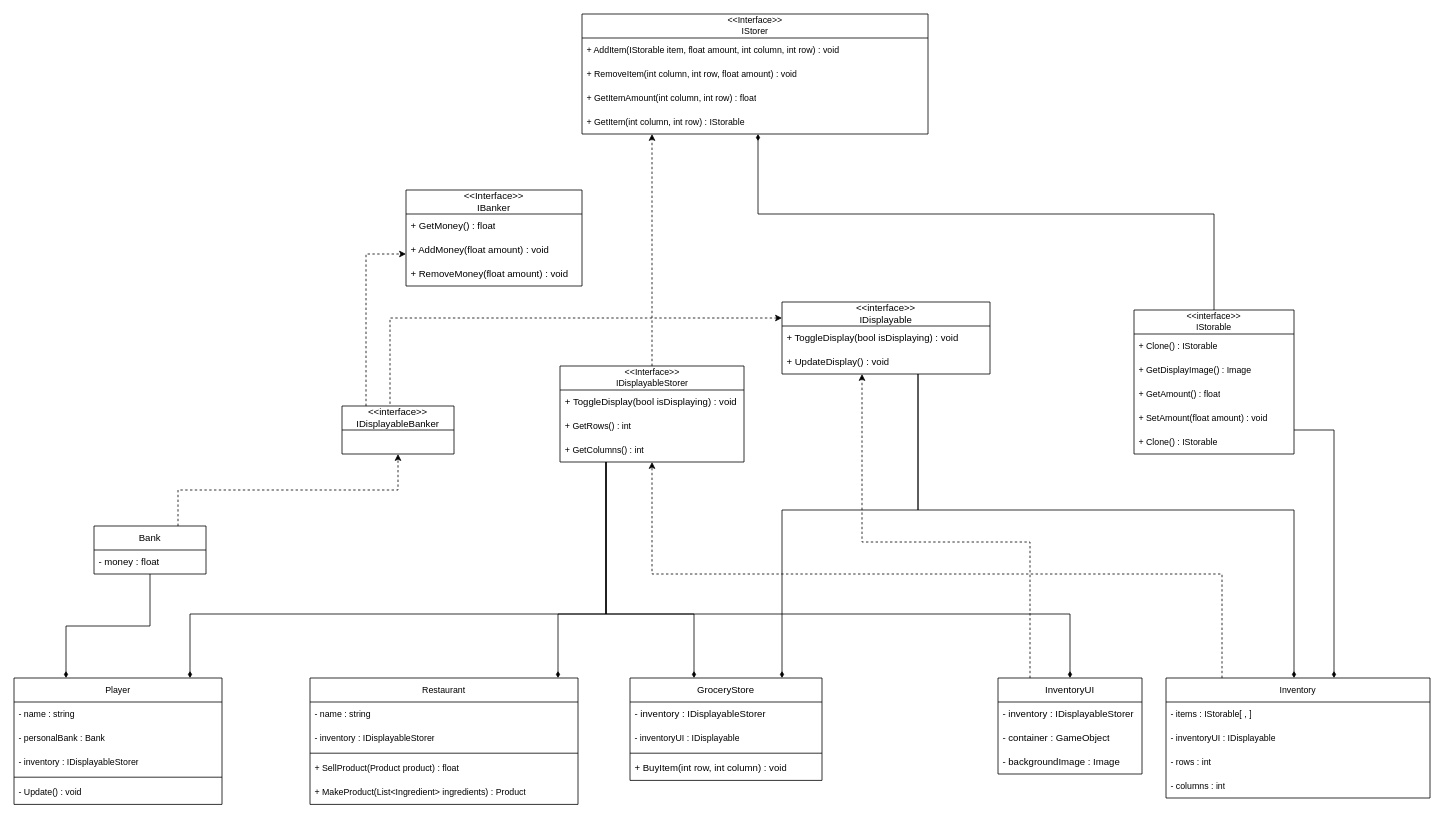
Before: Documents/Week 1 (5.9.25 - 5.16.25)/drawio/Design3.drawio in jdw678/TheRestaurant, a draw.io diagram. Source tidied: cells renumbered, new cells numbered last; positions are measured from the earlier drawing's top-left corner, leaving out a move shared by most shapes. Both pictures are drawn from the tidied source at 80%, with x=0, y=0 at pixel (14, 14).
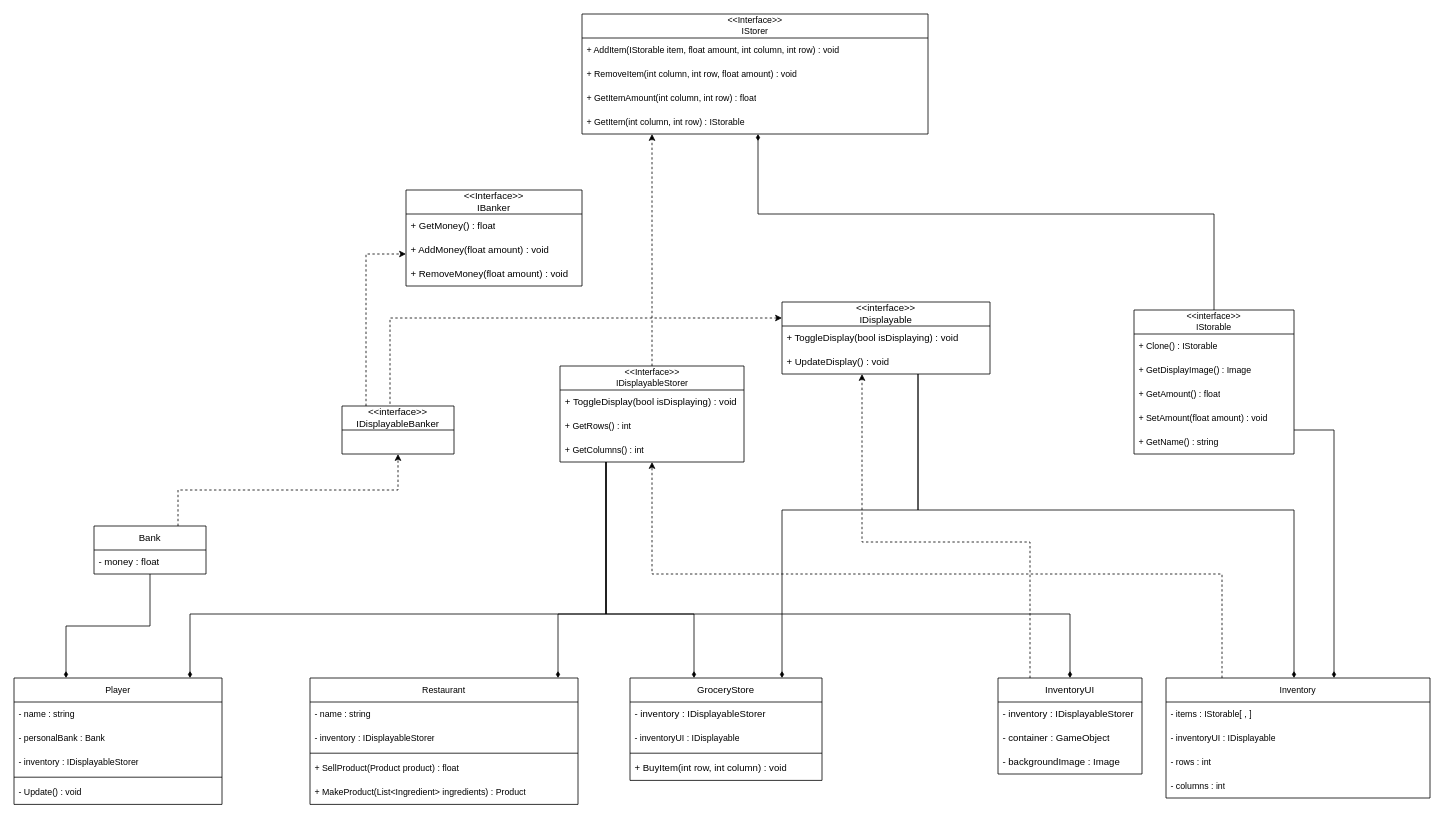
After the change.

The change refers to these unchanged cells:
```xml
<mxCell id="16" value="&lt;div&gt;&amp;lt;&amp;lt;interface&amp;gt;&amp;gt;&lt;/div&gt;IStorable" style="swimlane;fontStyle=0;horizontal=1;startSize=30;whiteSpace=wrap;html=1;fontFamily=Helvetica;fontSize=11;fontColor=default;labelBackgroundColor=default;" parent="1" vertex="1">
  <mxGeometry x="1400" y="370" width="200" height="180" as="geometry" />
</mxCell>
```

Diff of the diagram source:
```diff
@@
-    <mxCell id="21" value="+ Clone() : IStorable" style="text;strokeColor=none;fillColor=none;align=left;verticalAlign=middle;spacingLeft=4;spacingRight=4;overflow=hidden;whiteSpace=wrap;html=1;fontFamily=Helvetica;fontSize=11;fontColor=default;labelBackgroundColor=default;" parent="16" vertex="1">
+    <mxCell id="21" value="+ GetName() : string" style="text;strokeColor=none;fillColor=none;align=left;verticalAlign=middle;spacingLeft=4;spacingRight=4;overflow=hidden;whiteSpace=wrap;html=1;fontFamily=Helvetica;fontSize=11;fontColor=default;labelBackgroundColor=default;" parent="16" vertex="1">
       <mxGeometry y="150" width="200" height="30" as="geometry" />
     </mxCell>
```
